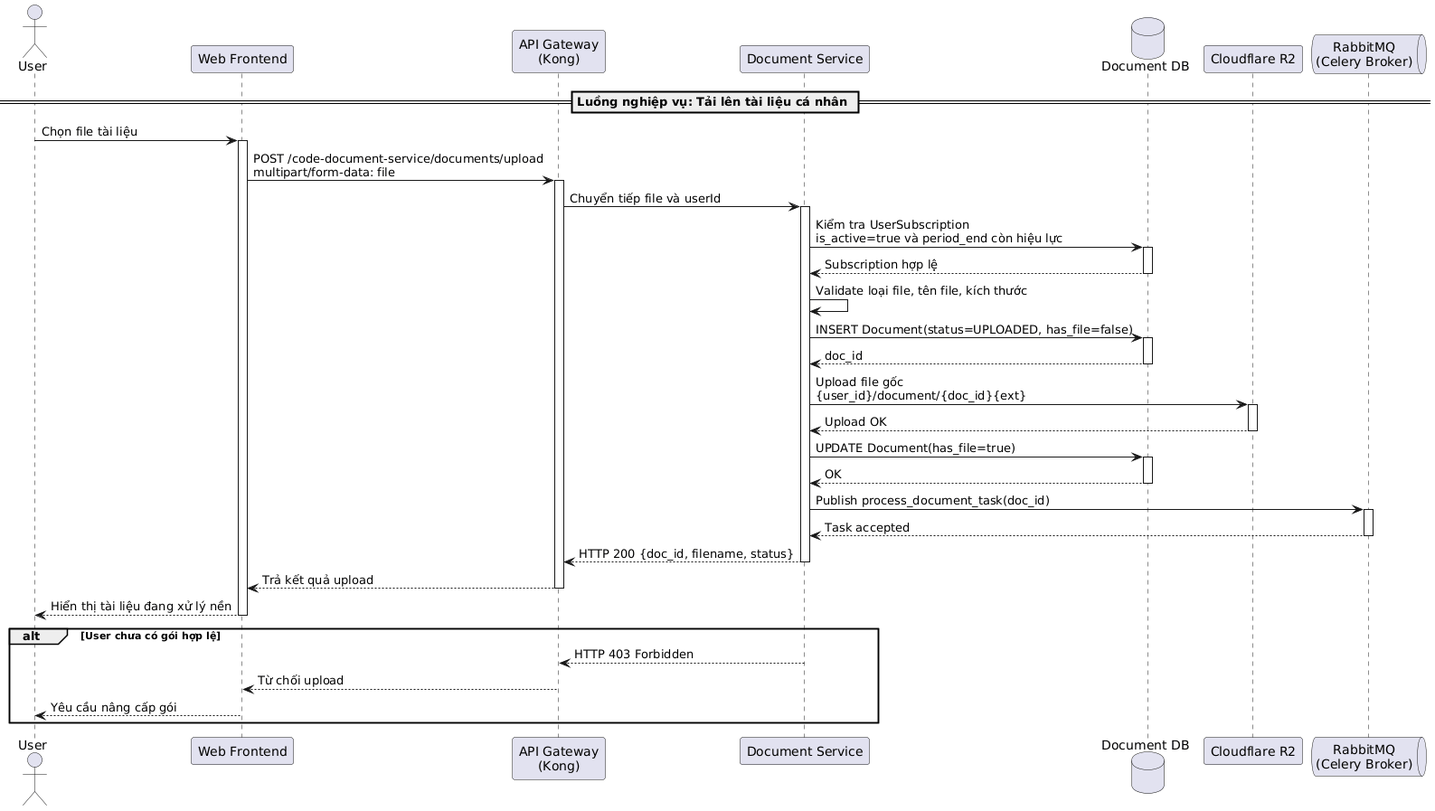
Above: temp/05-sequence/UML-Sequence-38.png in 20206205Tech/docs-uml (PlantUML), before the change.
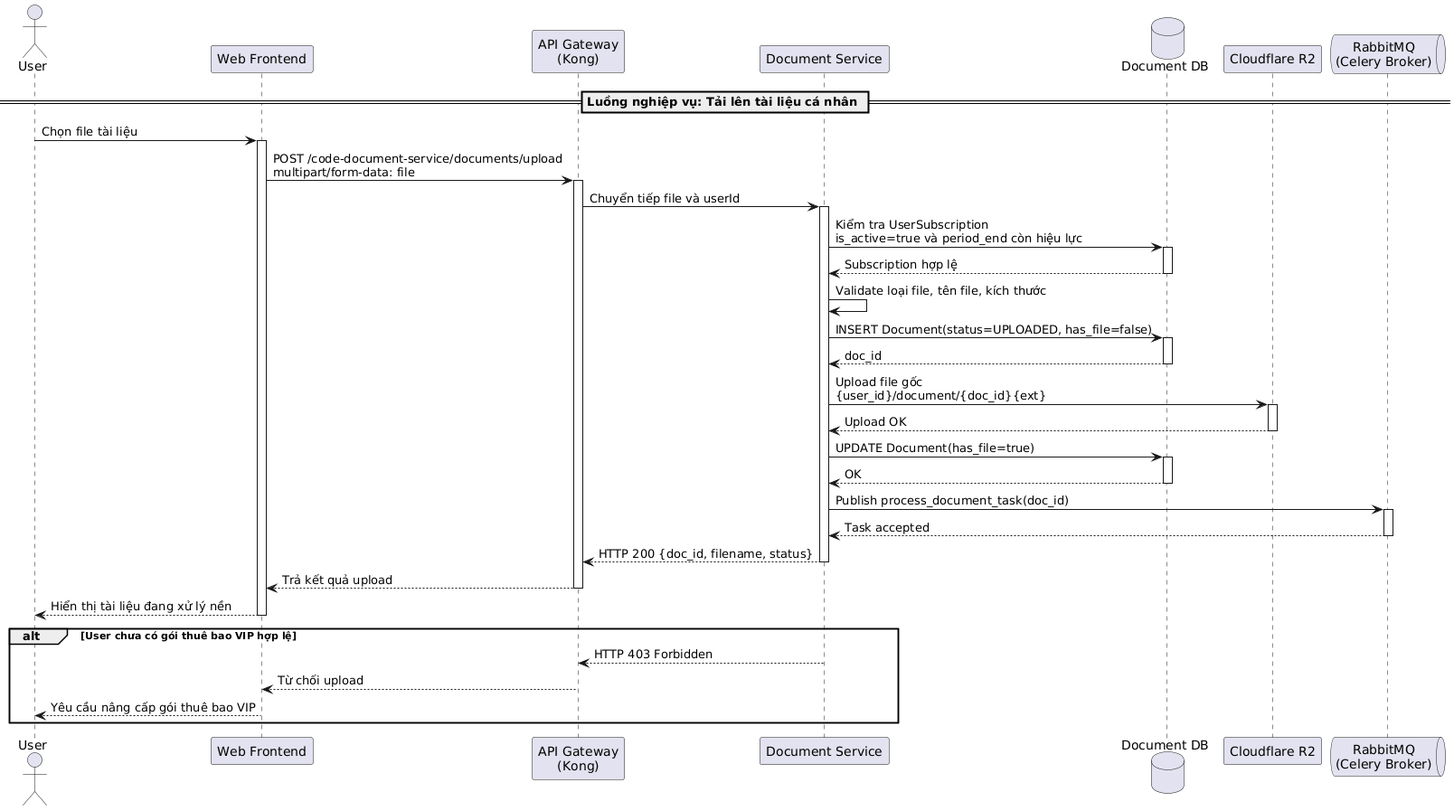
Above is the later version.

The edit, as a diff of the source:
```diff
@@ -50,9 +50,9 @@
 Frontend --> User: Hiển thị tài liệu đang xử lý nền
 deactivate Frontend
 
-alt User chưa có gói hợp lệ
+alt User chưa có gói thuê bao VIP hợp lệ
     DocumentService --> Kong: HTTP 403 Forbidden
     Kong --> Frontend: Từ chối upload
-    Frontend --> User: Yêu cầu nâng cấp gói
+    Frontend --> User: Yêu cầu nâng cấp gói thuê bao VIP
 end
 @enduml
```
